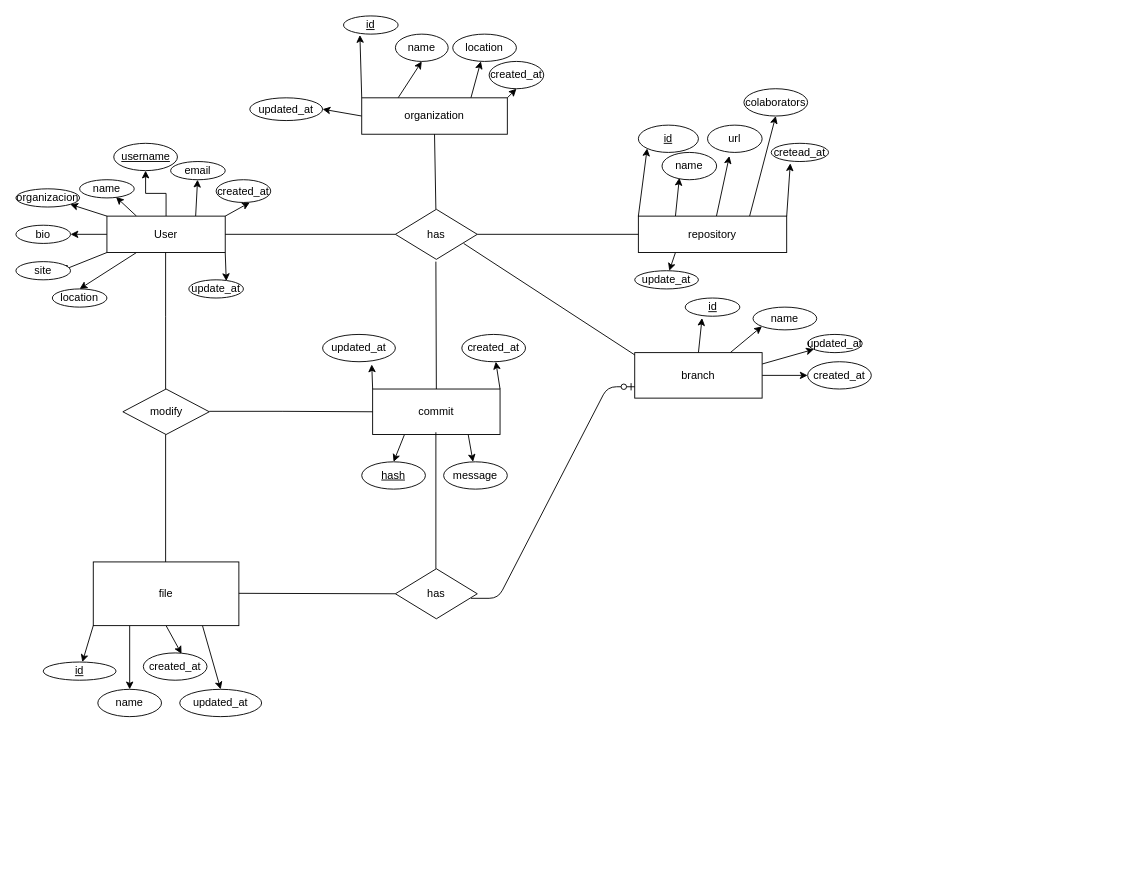
This is ER/GitBoomer Entity-Relationship diagram1.drawio from mateusgomes01/gdi-project-2020-1, a draw.io file, before an edit. Source tidied: cells renumbered, new cells numbered last; positions are measured from the earlier drawing's top-left corner, leaving out a move shared by most shapes. Both pictures are drawn from the tidied source at 91%, with x=0, y=0 at pixel (15, 15).
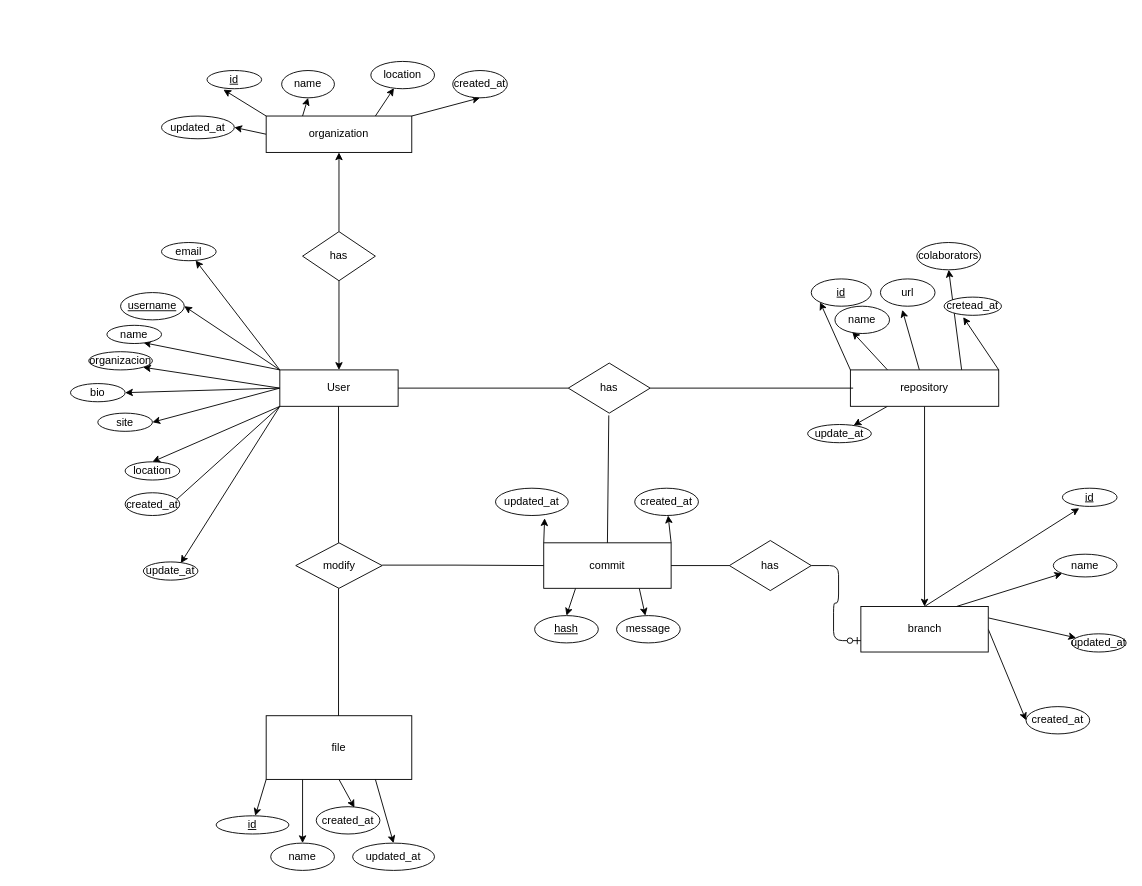
The same diagram, later.

Commit message:
Updates GitBoomer Entity-Relationship diagram1.drawio visual and separates relations

Diff of the diagram source:
```diff
@@
-    <mxCell id="2" style="edgeStyle=orthogonalEdgeStyle;rounded=0;jettySize=auto;html=1;exitX=0.5;exitY=0;exitDx=0;exitDy=0;entryX=0.5;entryY=1;entryDx=0;entryDy=0;" parent="1" edge="1" source="11" target="12">
-      <mxGeometry relative="1" as="geometry" />
-    </mxCell>
-    <mxCell id="3" style="edgeStyle=none;rounded=0;jettySize=auto;html=1;exitX=0.25;exitY=0;exitDx=0;exitDy=0;entryX=0.667;entryY=0.95;entryDx=0;entryDy=0;entryPerimeter=0;" parent="1" edge="1" source="11" target="14">
+    <mxCell id="3" style="edgeStyle=none;rounded=0;jettySize=auto;html=1;exitX=0;exitY=0;exitDx=0;exitDy=0;entryX=0.667;entryY=0.95;entryDx=0;entryDy=0;entryPerimeter=0;" parent="1" edge="1" source="11" target="14">
       <mxGeometry relative="1" as="geometry" />
     </mxCell>
-    <mxCell id="4" style="edgeStyle=none;rounded=0;jettySize=auto;html=1;exitX=0;exitY=0;exitDx=0;exitDy=0;entryX=1;entryY=1;entryDx=0;entryDy=0;" parent="1" edge="1" source="11" target="18">
+    <mxCell id="4" style="edgeStyle=none;rounded=0;jettySize=auto;html=1;exitX=0;exitY=0.5;exitDx=0;exitDy=0;entryX=1;entryY=1;entryDx=0;entryDy=0;" parent="1" edge="1" source="11" target="18">
       <mxGeometry relative="1" as="geometry" />
     </mxCell>
@@
-    <mxCell id="6" style="edgeStyle=none;rounded=0;jettySize=auto;html=1;exitX=0;exitY=1;exitDx=0;exitDy=0;" parent="1" edge="1" source="11">
-      <mxGeometry relative="1" as="geometry">
-        <mxPoint x="50" y="280" as="targetPoint" />
-      </mxGeometry>
+    <mxCell id="6" style="edgeStyle=none;rounded=0;jettySize=auto;html=1;exitX=0;exitY=0.5;exitDx=0;exitDy=0;entryX=1;entryY=0.5;entryDx=0;entryDy=0;" parent="1" edge="1" source="11" target="13">
+      <mxGeometry relative="1" as="geometry" />
     </mxCell>
-    <mxCell id="7" style="edgeStyle=none;rounded=0;jettySize=auto;html=1;exitX=0.25;exitY=1;exitDx=0;exitDy=0;entryX=0.5;entryY=0;entryDx=0;entryDy=0;" parent="1" edge="1" source="11" target="19">
+    <mxCell id="7" style="edgeStyle=none;rounded=0;jettySize=auto;html=1;exitX=0;exitY=1;exitDx=0;exitDy=0;entryX=0.5;entryY=0;entryDx=0;entryDy=0;" parent="1" edge="1" source="11" target="19">
       <mxGeometry relative="1" as="geometry" />
     </mxCell>
-    <mxCell id="8" style="edgeStyle=none;rounded=0;jettySize=auto;html=1;exitX=0.75;exitY=0;exitDx=0;exitDy=0;" parent="1" edge="1" source="11" target="15">
+    <mxCell id="8" style="edgeStyle=none;rounded=0;jettySize=auto;html=1;exitX=0;exitY=0;exitDx=0;exitDy=0;" parent="1" edge="1" source="11" target="15">
       <mxGeometry relative="1" as="geometry" />
     </mxCell>
-    <mxCell id="9" style="edgeStyle=none;rounded=0;jettySize=auto;html=1;exitX=1;exitY=0;exitDx=0;exitDy=0;entryX=0.617;entryY=1;entryDx=0;entryDy=0;entryPerimeter=0;" parent="1" edge="1" source="11" target="17">
+    <mxCell id="9" style="edgeStyle=none;rounded=0;jettySize=auto;html=1;exitX=0;exitY=1;exitDx=0;exitDy=0;entryX=0.617;entryY=1;entryDx=0;entryDy=0;entryPerimeter=0;" parent="1" edge="1" source="11" target="17">
       <mxGeometry relative="1" as="geometry" />
     </mxCell>
-    <mxCell id="10" style="edgeStyle=none;rounded=0;jettySize=auto;html=1;exitX=1;exitY=1;exitDx=0;exitDy=0;entryX=0.686;entryY=0.067;entryDx=0;entryDy=0;entryPerimeter=0;" parent="1" edge="1" source="11" target="20">
+    <mxCell id="10" style="edgeStyle=none;rounded=0;jettySize=auto;html=1;exitX=0;exitY=1;exitDx=0;exitDy=0;entryX=0.686;entryY=0.067;entryDx=0;entryDy=0;entryPerimeter=0;" parent="1" edge="1" source="11" target="20">
       <mxGeometry relative="1" as="geometry" />
     </mxCell>
+    <mxCell id="2" style="rounded=0;jettySize=auto;html=1;exitX=0;exitY=0;exitDx=0;exitDy=0;entryX=1;entryY=0.5;entryDx=0;entryDy=0;" parent="1" edge="1" source="11" target="12">
+      <mxGeometry relative="1" as="geometry" />
+    </mxCell>
     <mxCell id="11" value="User" style="whiteSpace=wrap;html=1;align=center;" parent="1" vertex="1">
-      <mxGeometry x="100" y="220" width="130" height="40" as="geometry" />
+      <mxGeometry x="290" y="389" width="130" height="40" as="geometry" />
     </mxCell>
     <mxCell id="12" value="username" style="ellipse;whiteSpace=wrap;html=1;align=center;fontStyle=4;" parent="1" vertex="1">
-      <mxGeometry x="107.5" y="140" width="70" height="30" as="geometry" />
+      <mxGeometry x="115" y="304" width="70" height="30" as="geometry" />
     </mxCell>
     <mxCell id="13" value="site" style="ellipse;whiteSpace=wrap;html=1;align=center;" parent="1" vertex="1">
-      <mxGeometry y="270" width="60" height="20" as="geometry" />
+      <mxGeometry x="90" y="436.5" width="60" height="20" as="geometry" />
     </mxCell>
     <mxCell id="14" value="name" style="ellipse;whiteSpace=wrap;html=1;align=center;" parent="1" vertex="1">
-      <mxGeometry x="70" y="180" width="60" height="20" as="geometry" />
+      <mxGeometry x="100" y="340" width="60" height="20" as="geometry" />
     </mxCell>
     <mxCell id="15" value="email" style="ellipse;whiteSpace=wrap;html=1;align=center;" parent="1" vertex="1">
-      <mxGeometry x="170" y="160" width="60" height="20" as="geometry" />
+      <mxGeometry x="160" y="249" width="60" height="20" as="geometry" />
     </mxCell>
     <mxCell id="16" value="bio" style="ellipse;whiteSpace=wrap;html=1;align=center;" parent="1" vertex="1">
-      <mxGeometry y="230" width="60" height="20" as="geometry" />
+      <mxGeometry x="60" y="404" width="60" height="20" as="geometry" />
     </mxCell>
     <mxCell id="17" value="created_at" style="ellipse;whiteSpace=wrap;html=1;align=center;" parent="1" vertex="1">
-      <mxGeometry x="220" y="180" width="60" height="25" as="geometry" />
+      <mxGeometry x="120" y="524" width="60" height="25" as="geometry" />
     </mxCell>
     <mxCell id="18" value="organizacion" style="ellipse;whiteSpace=wrap;html=1;align=center;" parent="1" vertex="1">
-      <mxGeometry y="190" width="70" height="20" as="geometry" />
+      <mxGeometry x="80" y="369" width="70" height="20" as="geometry" />
     </mxCell>
     <mxCell id="19" value="location" style="ellipse;whiteSpace=wrap;html=1;align=center;" parent="1" vertex="1">
-      <mxGeometry x="40" y="300" width="60" height="20" as="geometry" />
+      <mxGeometry x="120" y="490" width="60" height="20" as="geometry" />
     </mxCell>
     <mxCell id="20" value="update_at" style="ellipse;whiteSpace=wrap;html=1;align=center;" parent="1" vertex="1">
-      <mxGeometry x="190" y="290" width="60" height="20" as="geometry" />
+      <mxGeometry x="140" y="600" width="60" height="20" as="geometry" />
     </mxCell>
     <mxCell id="21" value="has" style="shape=rhombus;perimeter=rhombusPerimeter;whiteSpace=wrap;html=1;align=center;" parent="1" vertex="1">
-      <mxGeometry x="417" y="212.5" width="90" height="55" as="geometry" />
+      <mxGeometry x="607" y="381.5" width="90" height="55" as="geometry" />
     </mxCell>
     <mxCell id="22" style="endArrow=none;html=1;rounded=0;entryX=0;entryY=0.5;entryDx=0;entryDy=0;" parent="1" edge="1" target="21">
       <mxGeometry relative="1" as="geometry">
-        <mxPoint x="230" y="240" as="sourcePoint" />
+        <mxPoint x="420" y="409" as="sourcePoint" />
       </mxGeometry>
     </mxCell>
     <mxCell id="23" value="modify" style="shape=rhombus;perimeter=rhombusPerimeter;whiteSpace=wrap;html=1;align=center;" parent="1" vertex="1">
-      <mxGeometry x="117.5" y="410" width="95" height="50" as="geometry" />
+      <mxGeometry x="307.5" y="579" width="95" height="50" as="geometry" />
     </mxCell>
     <mxCell id="24" style="endArrow=none;html=1;rounded=0;" parent="1" edge="1">
       <mxGeometry relative="1" as="geometry">
-        <mxPoint x="164.5" y="260" as="sourcePoint" />
-        <mxPoint x="164.5" y="410" as="targetPoint" />
+        <mxPoint x="354.5" y="429" as="sourcePoint" />
+        <mxPoint x="354.5" y="579" as="targetPoint" />
         <Array as="points">
-          <mxPoint x="164.5" y="330" />
+          <mxPoint x="354.5" y="499" />
         </Array>
       </mxGeometry>
     </mxCell>
@@
+    <mxCell id="87" style="edgeStyle=orthogonalEdgeStyle;rounded=0;jettySize=auto;html=1;" parent="1" edge="1" source="31" target="78">
+      <mxGeometry relative="1" as="geometry" />
+    </mxCell>
     <mxCell id="31" value="repository" style="whiteSpace=wrap;html=1;align=center;" parent="1" vertex="1">
-      <mxGeometry x="684" y="220" width="163" height="40" as="geometry" />
+      <mxGeometry x="917" y="389" width="163" height="40" as="geometry" />
     </mxCell>
     <mxCell id="32" style="line;strokeWidth=1;dashed=0;labelPosition=right;align=left;verticalAlign=middle;spacingTop=0;spacingLeft=6;" parent="1" vertex="1">
-      <mxGeometry x="507" y="235" width="177" height="10" as="geometry" />
+      <mxGeometry x="697" y="404" width="223" height="10" as="geometry" />
     </mxCell>
     <mxCell id="33" value="update_at" style="ellipse;whiteSpace=wrap;html=1;align=center;" parent="1" vertex="1">
-      <mxGeometry x="680" y="280" width="70" height="20" as="geometry" />
+      <mxGeometry x="870" y="449" width="70" height="20" as="geometry" />
     </mxCell>
     <mxCell id="34" value="cretead_at" style="ellipse;whiteSpace=wrap;html=1;align=center;" parent="1" vertex="1">
-      <mxGeometry x="830" y="140" width="63" height="20" as="geometry" />
+      <mxGeometry x="1020" y="309" width="63" height="20" as="geometry" />
     </mxCell>
     <mxCell id="35" value="colaborators" style="ellipse;whiteSpace=wrap;html=1;align=center;" parent="1" vertex="1">
-      <mxGeometry x="800" y="80" width="70" height="30" as="geometry" />
+      <mxGeometry x="990" y="249" width="70" height="30" as="geometry" />
     </mxCell>
     <mxCell id="36" value="url" style="ellipse;whiteSpace=wrap;html=1;align=center;" parent="1" vertex="1">
-      <mxGeometry x="760" y="120" width="60" height="30" as="geometry" />
+      <mxGeometry x="950" y="289" width="60" height="30" as="geometry" />
     </mxCell>
     <mxCell id="37" value="name" style="ellipse;whiteSpace=wrap;html=1;align=center;" parent="1" vertex="1">
-      <mxGeometry x="710" y="150" width="60" height="30" as="geometry" />
+      <mxGeometry x="900" y="319" width="60" height="30" as="geometry" />
     </mxCell>
     <mxCell id="38" value="id" style="ellipse;whiteSpace=wrap;html=1;align=center;fontStyle=4;" parent="1" vertex="1">
-      <mxGeometry x="684" y="120" width="66" height="30" as="geometry" />
+      <mxGeometry x="874" y="289" width="66" height="30" as="geometry" />
     </mxCell>
@@
     <mxCell id="43" value="file " style="whiteSpace=wrap;html=1;align=center;" parent="1" vertex="1">
-      <mxGeometry x="85" y="600" width="160" height="70" as="geometry" />
+      <mxGeometry x="275" y="769" width="160" height="70" as="geometry" />
     </mxCell>
     <mxCell id="44" value="updated_at" style="ellipse;whiteSpace=wrap;html=1;align=center;" parent="1" vertex="1">
-      <mxGeometry x="180" y="740" width="90" height="30" as="geometry" />
+      <mxGeometry x="370" y="909" width="90" height="30" as="geometry" />
     </mxCell>
     <mxCell id="45" value="created_at" style="ellipse;whiteSpace=wrap;html=1;align=center;" parent="1" vertex="1">
-      <mxGeometry x="140" y="700" width="70" height="30" as="geometry" />
+      <mxGeometry x="330" y="869" width="70" height="30" as="geometry" />
     </mxCell>
     <mxCell id="46" value="name" style="ellipse;whiteSpace=wrap;html=1;align=center;" parent="1" vertex="1">
-      <mxGeometry x="90" y="740" width="70" height="30" as="geometry" />
+      <mxGeometry x="280" y="909" width="70" height="30" as="geometry" />
     </mxCell>
     <mxCell id="47" value="id" style="ellipse;whiteSpace=wrap;html=1;align=center;fontStyle=4;" parent="1" vertex="1">
-      <mxGeometry x="30" y="710" width="80" height="20" as="geometry" />
+      <mxGeometry x="220" y="879" width="80" height="20" as="geometry" />
     </mxCell>
     <mxCell id="48" style="endArrow=none;html=1;rounded=0;" parent="1" edge="1">
       <mxGeometry relative="1" as="geometry">
-        <mxPoint x="164.5" y="460" as="sourcePoint" />
-        <mxPoint x="164.5" y="600" as="targetPoint" />
+        <mxPoint x="354.5" y="629" as="sourcePoint" />
+        <mxPoint x="354.5" y="769" as="targetPoint" />
       </mxGeometry>
     </mxCell>
@@
     <mxCell id="53" value="commit" style="whiteSpace=wrap;html=1;align=center;" parent="1" vertex="1">
-      <mxGeometry x="392" y="410" width="140" height="50" as="geometry" />
+      <mxGeometry x="580" y="579" width="140" height="50" as="geometry" />
     </mxCell>
     <mxCell id="54" value="hash" style="ellipse;whiteSpace=wrap;html=1;align=center;fontStyle=4;" parent="1" vertex="1">
-      <mxGeometry x="380" y="490" width="70" height="30" as="geometry" />
+      <mxGeometry x="570" y="659" width="70" height="30" as="geometry" />
     </mxCell>
     <mxCell id="55" value="updated_at" style="ellipse;whiteSpace=wrap;html=1;align=center;" parent="1" vertex="1">
-      <mxGeometry x="337" y="350" width="80" height="30" as="geometry" />
+      <mxGeometry x="527" y="519" width="80" height="30" as="geometry" />
     </mxCell>
     <mxCell id="56" value="created_at" style="ellipse;whiteSpace=wrap;html=1;align=center;" parent="1" vertex="1">
-      <mxGeometry x="490" y="350" width="70" height="30" as="geometry" />
+      <mxGeometry x="680" y="519" width="70" height="30" as="geometry" />
     </mxCell>
     <mxCell id="57" value="message" style="ellipse;whiteSpace=wrap;html=1;align=center;" parent="1" vertex="1">
-      <mxGeometry x="470" y="490" width="70" height="30" as="geometry" />
+      <mxGeometry x="660" y="659" width="70" height="30" as="geometry" />
     </mxCell>
     <mxCell id="58" style="endArrow=none;html=1;rounded=0;entryX=0;entryY=0.5;entryDx=0;entryDy=0;" parent="1" edge="1" target="53">
       <mxGeometry relative="1" as="geometry">
-        <mxPoint x="212.5" y="434.5" as="sourcePoint" />
+        <mxPoint x="402.5" y="603.5" as="sourcePoint" />
         <Array as="points">
-          <mxPoint x="292.5" y="434.5" />
+          <mxPoint x="482.5" y="603.5" />
         </Array>
       </mxGeometry>
     </mxCell>
     <mxCell id="59" style="endArrow=none;html=1;rounded=0;entryX=0.5;entryY=0;entryDx=0;entryDy=0;" parent="1" edge="1" target="53">
       <mxGeometry relative="1" as="geometry">
-        <mxPoint x="461.5" y="270" as="sourcePoint" />
+        <mxPoint x="651.5" y="439" as="sourcePoint" />
       </mxGeometry>
     </mxCell>
@@
     <mxCell id="61" value="has" style="shape=rhombus;perimeter=rhombusPerimeter;whiteSpace=wrap;html=1;align=center;" parent="1" vertex="1">
-      <mxGeometry x="417" y="607.5" width="90" height="55" as="geometry" />
+      <mxGeometry x="784" y="576.5" width="90" height="55" as="geometry" />
     </mxCell>
@@
     <mxCell id="67" value="organization" style="whiteSpace=wrap;html=1;align=center;" parent="1" vertex="1">
-      <mxGeometry x="380" y="90" width="160" height="40" as="geometry" />
+      <mxGeometry x="275" y="110" width="160" height="40" as="geometry" />
     </mxCell>
     <mxCell id="68" value="id" style="ellipse;whiteSpace=wrap;html=1;align=center;fontStyle=4;" parent="1" vertex="1">
-      <mxGeometry x="360" width="60" height="20" as="geometry" />
+      <mxGeometry x="210" y="60" width="60" height="20" as="geometry" />
     </mxCell>
     <mxCell id="69" value="name" style="ellipse;whiteSpace=wrap;html=1;align=center;" parent="1" vertex="1">
-      <mxGeometry x="417" y="20" width="58" height="30" as="geometry" />
+      <mxGeometry x="292" y="60" width="58" height="30" as="geometry" />
     </mxCell>
     <mxCell id="70" value="location" style="ellipse;whiteSpace=wrap;html=1;align=center;" parent="1" vertex="1">
-      <mxGeometry x="480" y="20" width="70" height="30" as="geometry" />
+      <mxGeometry x="390" y="50" width="70" height="30" as="geometry" />
     </mxCell>
     <mxCell id="71" value="created_at" style="ellipse;whiteSpace=wrap;html=1;align=center;" parent="1" vertex="1">
-      <mxGeometry x="520" y="50" width="60" height="30" as="geometry" />
+      <mxGeometry x="480" y="60" width="60" height="30" as="geometry" />
     </mxCell>
     <mxCell id="72" value="updated_at" style="ellipse;whiteSpace=wrap;html=1;align=center;" parent="1" vertex="1">
-      <mxGeometry x="257" y="90" width="80" height="25" as="geometry" />
+      <mxGeometry x="160" y="110" width="80" height="25" as="geometry" />
     </mxCell>
-    <mxCell id="73" style="endArrow=none;html=1;rounded=0;exitX=0.5;exitY=1;exitDx=0;exitDy=0;" parent="1" edge="1" source="67">
-      <mxGeometry relative="1" as="geometry">
-        <mxPoint x="461.5" y="212.5" as="targetPoint" />
-      </mxGeometry>
-    </mxCell>
@@
     <mxCell id="78" value="branch" style="whiteSpace=wrap;html=1;align=center;" parent="1" vertex="1">
-      <mxGeometry x="680" y="370" width="140" height="50" as="geometry" />
+      <mxGeometry x="928.5" y="649" width="140" height="50" as="geometry" />
     </mxCell>
     <mxCell id="79" value="id" style="ellipse;whiteSpace=wrap;html=1;align=center;fontStyle=4;" parent="1" vertex="1">
-      <mxGeometry x="735.5" y="310" width="60" height="20" as="geometry" />
+      <mxGeometry x="1150" y="519" width="60" height="20" as="geometry" />
     </mxCell>
     <mxCell id="80" value="name" style="ellipse;whiteSpace=wrap;html=1;align=center;" parent="1" vertex="1">
-      <mxGeometry x="810" y="320" width="70" height="25" as="geometry" />
+      <mxGeometry x="1140" y="591.5" width="70" height="25" as="geometry" />
     </mxCell>
     <mxCell id="81" value="updated_at" style="ellipse;whiteSpace=wrap;html=1;align=center;" parent="1" vertex="1">
-      <mxGeometry x="870" y="350" width="60" height="20" as="geometry" />
+      <mxGeometry x="1160" y="679" width="60" height="20" as="geometry" />
     </mxCell>
     <mxCell id="82" value="created_at" style="ellipse;whiteSpace=wrap;html=1;align=center;" parent="1" vertex="1">
-      <mxGeometry x="870" y="380" width="70" height="30" as="geometry" />
+      <mxGeometry x="1110" y="759" width="70" height="30" as="geometry" />
     </mxCell>
-    <mxCell id="83" style="endArrow=none;html=1;rounded=0;exitX=0.833;exitY=0.682;exitDx=0;exitDy=0;exitPerimeter=0;" parent="1" edge="1" source="21">
-      <mxGeometry relative="1" as="geometry">
-        <mxPoint x="680" y="372.5" as="targetPoint" />
-      </mxGeometry>
-    </mxCell>
-    <mxCell id="84" style="endArrow=none;html=1;rounded=0;entryX=0;entryY=0.5;entryDx=0;entryDy=0;" parent="1" edge="1" target="61">
-      <mxGeometry relative="1" as="geometry">
-        <mxPoint x="245" y="634.5" as="sourcePoint" />
-      </mxGeometry>
-    </mxCell>
-    <mxCell id="85" style="endArrow=none;html=1;rounded=0;" parent="1" edge="1">
-      <mxGeometry relative="1" as="geometry">
-        <mxPoint x="461.5" y="457.5" as="sourcePoint" />
-        <mxPoint x="461.5" y="607.5" as="targetPoint" />
-      </mxGeometry>
+    <mxCell id="85" style="endArrow=none;html=1;rounded=0;exitX=1;exitY=0.5;exitDx=0;exitDy=0;" parent="1" edge="1" source="53" target="61">
+      <mxGeometry relative="1" as="geometry" />
     </mxCell>
-    <mxCell id="86" style="edgeStyle=entityRelationEdgeStyle;fontSize=12;html=1;endArrow=ERzeroToOne;endFill=1;entryX=0;entryY=0.75;entryDx=0;entryDy=0;" parent="1" edge="1" target="78">
-      <mxGeometry relative="1" as="geometry">
-        <mxPoint x="500" y="640" as="sourcePoint" />
-      </mxGeometry>
+    <mxCell id="86" style="edgeStyle=entityRelationEdgeStyle;fontSize=12;html=1;endArrow=ERzeroToOne;endFill=1;entryX=0;entryY=0.75;entryDx=0;entryDy=0;exitX=1;exitY=0.5;exitDx=0;exitDy=0;" parent="1" edge="1" source="61" target="78">
+      <mxGeometry relative="1" as="geometry" />
     </mxCell>
+    <mxCell id="88" style="edgeStyle=none;rounded=0;jettySize=auto;html=1;entryX=0.5;entryY=1;entryDx=0;entryDy=0;" parent="1" edge="1" source="90" target="67">
+      <mxGeometry relative="1" as="geometry" />
+    </mxCell>
+    <mxCell id="89" style="edgeStyle=none;rounded=0;jettySize=auto;html=1;entryX=0.5;entryY=0;entryDx=0;entryDy=0;" parent="1" edge="1" source="90" target="11">
+      <mxGeometry relative="1" as="geometry" />
+    </mxCell>
+    <mxCell id="90" value="has" style="rhombus;whiteSpace=wrap;html=1;" parent="1" vertex="1">
+      <mxGeometry x="315" y="237" width="80" height="54" as="geometry" />
+    </mxCell>
```
